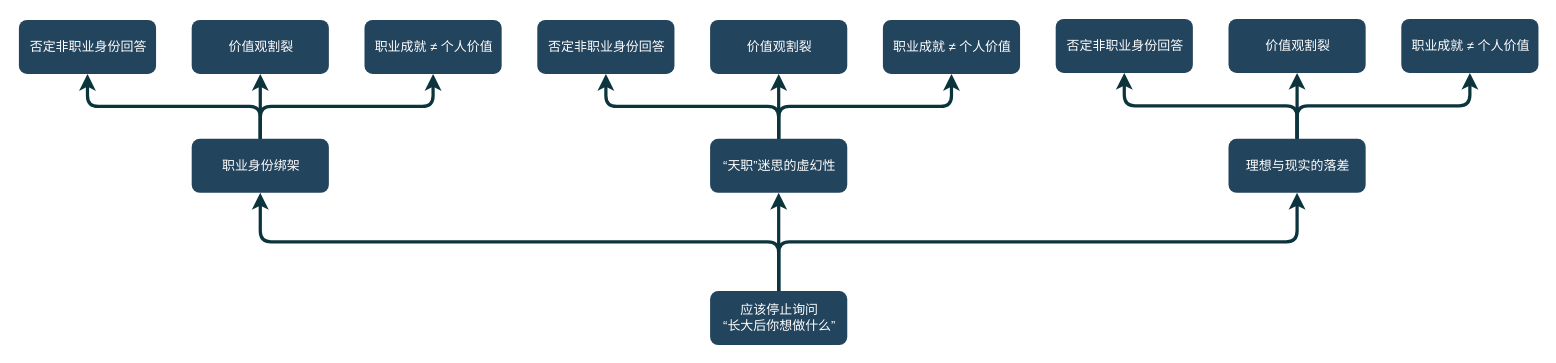
Earlier version of the draw.io diagram 批判性思维结课论文_论证结构图.drawio (zeandon/draw.io). Source tidied: cells renumbered, new cells numbered last; positions are measured from the earlier drawing's top-left corner, leaving out a move shared by most shapes. Both pictures are drawn from the tidied source at 108%, with x=0, y=0 at pixel (18, 18).
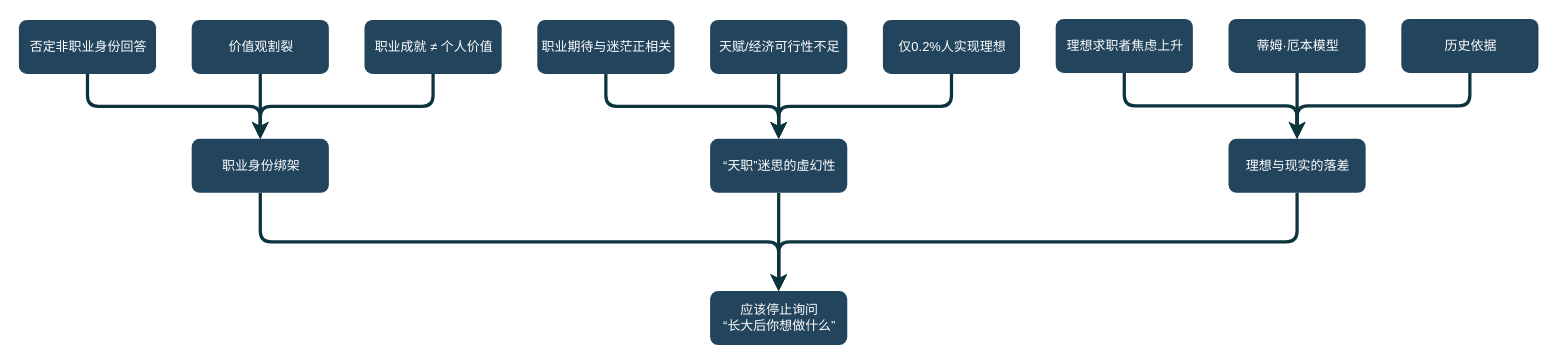
The same diagram, later.

Commit message (it also covers changes not shown here):
更新批判性思维结课论文_论证结构图.drawio

Unchanged cells that the change refers to:
```xml
<mxCell id="2" value="应该停止询问&lt;br&gt;“长大后你想做什么”" style="rounded=1;fillColor=#23445D;strokeColor=none;strokeWidth=2;fontFamily=Helvetica;html=1;gradientColor=none;fontColor=#FFFFFF;" parent="1" vertex="1">
  <mxGeometry x="640" y="252" width="127" height="50" as="geometry" />
</mxCell>
<mxCell id="3" value="职业身份绑架" style="rounded=1;fillColor=#23445D;strokeColor=none;strokeWidth=2;fontFamily=Helvetica;html=1;gradientColor=none;fontColor=#FFFFFF;" parent="1" vertex="1">
  <mxGeometry x="160" y="111" width="127" height="50" as="geometry" />
</mxCell>
<mxCell id="4" value="理想与现实的落差" style="rounded=1;fillColor=#23445D;strokeColor=none;strokeWidth=2;fontFamily=Helvetica;html=1;gradientColor=none;fontColor=#FFFFFF;" parent="1" vertex="1">
  <mxGeometry x="1120" y="111" width="127" height="50" as="geometry" />
</mxCell>
<mxCell id="6" value="“天职”迷思的虚幻性" style="rounded=1;fillColor=#23445D;strokeColor=none;strokeWidth=2;fontFamily=Helvetica;html=1;gradientColor=none;fontColor=#FFFFFF;" parent="1" vertex="1">
  <mxGeometry x="640" y="111" width="127" height="50" as="geometry" />
</mxCell>
<mxCell id="9" value="否定非职业身份回答" style="rounded=1;fillColor=#23445D;strokeColor=none;strokeWidth=2;fontFamily=Helvetica;html=1;gradientColor=none;fontColor=#FFFFFF;" parent="1" vertex="1">
  <mxGeometry y="1" width="127" height="50" as="geometry" />
</mxCell>
<mxCell id="10" value="职业成就 ≠ 个人价值" style="rounded=1;fillColor=#23445D;strokeColor=none;strokeWidth=2;fontFamily=Helvetica;html=1;gradientColor=none;fontColor=#FFFFFF;" parent="1" vertex="1">
  <mxGeometry x="320" y="1" width="127" height="50" as="geometry" />
</mxCell>
<mxCell id="11" value="价值观割裂" style="rounded=1;fillColor=#23445D;strokeColor=none;strokeWidth=2;fontFamily=Helvetica;html=1;gradientColor=none;fontColor=#FFFFFF;" parent="1" vertex="1">
  <mxGeometry x="160" y="1" width="127" height="50" as="geometry" />
</mxCell>
```

Diff of the diagram source:
```diff
@@
-    <mxCell id="5" style="edgeStyle=orthogonalEdgeStyle;rounded=1;jumpStyle=none;html=1;exitX=0.5;exitY=0;labelBackgroundColor=#ffffff;startArrow=none;startFill=0;endArrow=classic;jettySize=auto;strokeColor=#0C343D;strokeWidth=3;fontFamily=Helvetica;fontSize=11;fontColor=#000000;exitDx=0;exitDy=0;" parent="1" edge="1" source="2" target="6">
+    <mxCell id="5" style="edgeStyle=orthogonalEdgeStyle;rounded=1;jumpStyle=none;html=1;exitX=0.5;exitY=0;labelBackgroundColor=#ffffff;startArrow=classic;startFill=1;endArrow=none;jettySize=auto;strokeColor=#0C343D;strokeWidth=3;fontFamily=Helvetica;fontSize=11;fontColor=#000000;exitDx=0;exitDy=0;" parent="1" edge="1" source="2" target="6">
       <mxGeometry relative="1" as="geometry" />
     </mxCell>
@@
-    <mxCell id="7" style="edgeStyle=orthogonalEdgeStyle;rounded=1;jumpStyle=none;html=1;exitX=0.5;exitY=0;labelBackgroundColor=#ffffff;startArrow=none;startFill=0;endArrow=classic;jettySize=auto;strokeColor=#0C343D;strokeWidth=3;fontFamily=Helvetica;fontSize=11;fontColor=#000000;exitDx=0;exitDy=0;entryX=0.5;entryY=1;entryDx=0;entryDy=0;" parent="1" edge="1" source="2" target="3">
+    <mxCell id="7" style="edgeStyle=orthogonalEdgeStyle;rounded=1;jumpStyle=none;html=1;exitX=0.5;exitY=0;labelBackgroundColor=#ffffff;startArrow=classic;startFill=1;endArrow=none;jettySize=auto;strokeColor=#0C343D;strokeWidth=3;fontFamily=Helvetica;fontSize=11;fontColor=#000000;exitDx=0;exitDy=0;entryX=0.5;entryY=1;entryDx=0;entryDy=0;" parent="1" edge="1" source="2" target="3">
       <mxGeometry relative="1" as="geometry" />
     </mxCell>
-    <mxCell id="8" style="edgeStyle=orthogonalEdgeStyle;rounded=1;jumpStyle=none;html=1;exitX=0.5;exitY=0;labelBackgroundColor=#ffffff;startArrow=none;startFill=0;endArrow=classic;jettySize=auto;strokeColor=#0C343D;strokeWidth=3;fontFamily=Helvetica;fontSize=11;fontColor=#000000;exitDx=0;exitDy=0;entryX=0.5;entryY=1;entryDx=0;entryDy=0;" parent="1" edge="1" source="2" target="4">
+    <mxCell id="8" style="edgeStyle=orthogonalEdgeStyle;rounded=1;jumpStyle=none;html=1;exitX=0.5;exitY=0;labelBackgroundColor=#ffffff;startArrow=classic;startFill=1;endArrow=none;jettySize=auto;strokeColor=#0C343D;strokeWidth=3;fontFamily=Helvetica;fontSize=11;fontColor=#000000;exitDx=0;exitDy=0;entryX=0.5;entryY=1;entryDx=0;entryDy=0;" parent="1" edge="1" source="2" target="4">
       <mxGeometry relative="1" as="geometry" />
     </mxCell>
@@
-    <mxCell id="13" style="edgeStyle=orthogonalEdgeStyle;rounded=1;jumpStyle=none;html=1;exitX=0.5;exitY=0;labelBackgroundColor=#ffffff;startArrow=none;startFill=0;endArrow=classic;jettySize=auto;strokeColor=#0C343D;strokeWidth=3;fontFamily=Helvetica;fontSize=11;fontColor=#000000;exitDx=0;exitDy=0;entryX=0.5;entryY=1;entryDx=0;entryDy=0;" parent="1" edge="1" source="3" target="9">
+    <mxCell id="13" style="edgeStyle=orthogonalEdgeStyle;rounded=1;jumpStyle=none;html=1;exitX=0.5;exitY=0;labelBackgroundColor=#ffffff;startArrow=classic;startFill=1;endArrow=none;jettySize=auto;strokeColor=#0C343D;strokeWidth=3;fontFamily=Helvetica;fontSize=11;fontColor=#000000;exitDx=0;exitDy=0;entryX=0.5;entryY=1;entryDx=0;entryDy=0;" parent="1" edge="1" source="3" target="9">
       <mxGeometry relative="1" as="geometry" />
     </mxCell>
-    <mxCell id="14" style="edgeStyle=orthogonalEdgeStyle;rounded=1;jumpStyle=none;html=1;exitX=0.5;exitY=0;labelBackgroundColor=#ffffff;startArrow=none;startFill=0;endArrow=classic;jettySize=auto;strokeColor=#0C343D;strokeWidth=3;fontFamily=Helvetica;fontSize=11;fontColor=#000000;exitDx=0;exitDy=0;entryX=0.5;entryY=1;entryDx=0;entryDy=0;" parent="1" edge="1" source="3" target="11">
+    <mxCell id="14" style="edgeStyle=orthogonalEdgeStyle;rounded=1;jumpStyle=none;html=1;exitX=0.5;exitY=0;labelBackgroundColor=#ffffff;startArrow=classic;startFill=1;endArrow=none;jettySize=auto;strokeColor=#0C343D;strokeWidth=3;fontFamily=Helvetica;fontSize=11;fontColor=#000000;exitDx=0;exitDy=0;entryX=0.5;entryY=1;entryDx=0;entryDy=0;" parent="1" edge="1" source="3" target="11">
       <mxGeometry relative="1" as="geometry" />
     </mxCell>
-    <mxCell id="15" style="edgeStyle=orthogonalEdgeStyle;rounded=1;jumpStyle=none;html=1;exitX=0.5;exitY=0;labelBackgroundColor=#ffffff;startArrow=none;startFill=0;endArrow=classic;jettySize=auto;strokeColor=#0C343D;strokeWidth=3;fontFamily=Helvetica;fontSize=11;fontColor=#000000;exitDx=0;exitDy=0;entryX=0.5;entryY=1;entryDx=0;entryDy=0;" parent="1" edge="1" source="3" target="10">
+    <mxCell id="15" style="edgeStyle=orthogonalEdgeStyle;rounded=1;jumpStyle=none;html=1;exitX=0.5;exitY=0;labelBackgroundColor=#ffffff;startArrow=classic;startFill=1;endArrow=none;jettySize=auto;strokeColor=#0C343D;strokeWidth=3;fontFamily=Helvetica;fontSize=11;fontColor=#000000;exitDx=0;exitDy=0;entryX=0.5;entryY=1;entryDx=0;entryDy=0;" parent="1" edge="1" source="3" target="10">
       <mxGeometry relative="1" as="geometry" />
     </mxCell>
-    <mxCell id="16" value="否定非职业身份回答" style="rounded=1;fillColor=#23445D;strokeColor=none;strokeWidth=2;fontFamily=Helvetica;html=1;gradientColor=none;fontColor=#FFFFFF;" parent="1" vertex="1">
+    <mxCell id="16" value="职业期待与迷茫正相关" style="rounded=1;fillColor=#23445D;strokeColor=none;strokeWidth=2;fontFamily=Helvetica;html=1;gradientColor=none;fontColor=#FFFFFF;" parent="1" vertex="1">
       <mxGeometry x="480" y="1" width="127" height="50" as="geometry" />
     </mxCell>
-    <mxCell id="17" value="职业成就 ≠ 个人价值" style="rounded=1;fillColor=#23445D;strokeColor=none;strokeWidth=2;fontFamily=Helvetica;html=1;gradientColor=none;fontColor=#FFFFFF;" parent="1" vertex="1">
+    <mxCell id="17" value="仅0.2%人实现理想" style="rounded=1;fillColor=#23445D;strokeColor=none;strokeWidth=2;fontFamily=Helvetica;html=1;gradientColor=none;fontColor=#FFFFFF;" parent="1" vertex="1">
       <mxGeometry x="800" y="1" width="127" height="50" as="geometry" />
     </mxCell>
-    <mxCell id="18" value="价值观割裂" style="rounded=1;fillColor=#23445D;strokeColor=none;strokeWidth=2;fontFamily=Helvetica;html=1;gradientColor=none;fontColor=#FFFFFF;" parent="1" vertex="1">
+    <mxCell id="18" value="天赋/经济可行性不足" style="rounded=1;fillColor=#23445D;strokeColor=none;strokeWidth=2;fontFamily=Helvetica;html=1;gradientColor=none;fontColor=#FFFFFF;" parent="1" vertex="1">
       <mxGeometry x="640" y="1" width="127" height="50" as="geometry" />
     </mxCell>
@@
-    <mxCell id="20" value="否定非职业身份回答" style="rounded=1;fillColor=#23445D;strokeColor=none;strokeWidth=2;fontFamily=Helvetica;html=1;gradientColor=none;fontColor=#FFFFFF;" parent="1" vertex="1">
+    <mxCell id="20" value="理想求职者焦虑上升" style="rounded=1;fillColor=#23445D;strokeColor=none;strokeWidth=2;fontFamily=Helvetica;html=1;gradientColor=none;fontColor=#FFFFFF;" parent="1" vertex="1">
       <mxGeometry x="960" width="127" height="50" as="geometry" />
     </mxCell>
-    <mxCell id="21" value="职业成就 ≠ 个人价值" style="rounded=1;fillColor=#23445D;strokeColor=none;strokeWidth=2;fontFamily=Helvetica;html=1;gradientColor=none;fontColor=#FFFFFF;" parent="1" vertex="1">
+    <mxCell id="21" value="历史依据" style="rounded=1;fillColor=#23445D;strokeColor=none;strokeWidth=2;fontFamily=Helvetica;html=1;gradientColor=none;fontColor=#FFFFFF;" parent="1" vertex="1">
       <mxGeometry x="1280" width="127" height="50" as="geometry" />
     </mxCell>
-    <mxCell id="22" value="价值观割裂" style="rounded=1;fillColor=#23445D;strokeColor=none;strokeWidth=2;fontFamily=Helvetica;html=1;gradientColor=none;fontColor=#FFFFFF;" parent="1" vertex="1">
+    <mxCell id="22" value="蒂姆·厄本模型" style="rounded=1;fillColor=#23445D;strokeColor=none;strokeWidth=2;fontFamily=Helvetica;html=1;gradientColor=none;fontColor=#FFFFFF;" parent="1" vertex="1">
       <mxGeometry x="1120" width="127" height="50" as="geometry" />
     </mxCell>
@@
-    <mxCell id="24" style="edgeStyle=orthogonalEdgeStyle;rounded=1;jumpStyle=none;html=1;exitX=0.5;exitY=0;labelBackgroundColor=#ffffff;startArrow=none;startFill=0;endArrow=classic;jettySize=auto;strokeColor=#0C343D;strokeWidth=3;fontFamily=Helvetica;fontSize=11;fontColor=#000000;exitDx=0;exitDy=0;entryX=0.5;entryY=1;entryDx=0;entryDy=0;" parent="1" edge="1" source="6" target="17">
+    <mxCell id="24" style="edgeStyle=orthogonalEdgeStyle;rounded=1;jumpStyle=none;html=1;exitX=0.5;exitY=0;labelBackgroundColor=#ffffff;startArrow=classic;startFill=1;endArrow=none;jettySize=auto;strokeColor=#0C343D;strokeWidth=3;fontFamily=Helvetica;fontSize=11;fontColor=#000000;exitDx=0;exitDy=0;entryX=0.5;entryY=1;entryDx=0;entryDy=0;" parent="1" edge="1" source="6" target="17">
       <mxGeometry relative="1" as="geometry" />
     </mxCell>
-    <mxCell id="25" style="edgeStyle=orthogonalEdgeStyle;rounded=1;jumpStyle=none;html=1;exitX=0.5;exitY=0;labelBackgroundColor=#ffffff;startArrow=none;startFill=0;endArrow=classic;jettySize=auto;strokeColor=#0C343D;strokeWidth=3;fontFamily=Helvetica;fontSize=11;fontColor=#000000;exitDx=0;exitDy=0;entryX=0.5;entryY=1;entryDx=0;entryDy=0;" parent="1" edge="1" source="6" target="18">
+    <mxCell id="25" style="edgeStyle=orthogonalEdgeStyle;rounded=1;jumpStyle=none;html=1;exitX=0.5;exitY=0;labelBackgroundColor=#ffffff;startArrow=classic;startFill=1;endArrow=none;jettySize=auto;strokeColor=#0C343D;strokeWidth=3;fontFamily=Helvetica;fontSize=11;fontColor=#000000;exitDx=0;exitDy=0;entryX=0.5;entryY=1;entryDx=0;entryDy=0;" parent="1" edge="1" source="6" target="18">
       <mxGeometry relative="1" as="geometry" />
     </mxCell>
-    <mxCell id="26" style="edgeStyle=orthogonalEdgeStyle;rounded=1;jumpStyle=none;html=1;exitX=0.5;exitY=0;labelBackgroundColor=#ffffff;startArrow=none;startFill=0;endArrow=classic;jettySize=auto;strokeColor=#0C343D;strokeWidth=3;fontFamily=Helvetica;fontSize=11;fontColor=#000000;exitDx=0;exitDy=0;entryX=0.5;entryY=1;entryDx=0;entryDy=0;" parent="1" edge="1" source="6" target="16">
+    <mxCell id="26" style="edgeStyle=orthogonalEdgeStyle;rounded=1;jumpStyle=none;html=1;exitX=0.5;exitY=0;labelBackgroundColor=#ffffff;startArrow=classic;startFill=1;endArrow=none;jettySize=auto;strokeColor=#0C343D;strokeWidth=3;fontFamily=Helvetica;fontSize=11;fontColor=#000000;exitDx=0;exitDy=0;entryX=0.5;entryY=1;entryDx=0;entryDy=0;" parent="1" edge="1" source="6" target="16">
       <mxGeometry relative="1" as="geometry" />
     </mxCell>
-    <mxCell id="27" style="edgeStyle=orthogonalEdgeStyle;rounded=1;jumpStyle=none;html=1;exitX=0.5;exitY=0;labelBackgroundColor=#ffffff;startArrow=none;startFill=0;endArrow=classic;jettySize=auto;strokeColor=#0C343D;strokeWidth=3;fontFamily=Helvetica;fontSize=11;fontColor=#000000;exitDx=0;exitDy=0;entryX=0.5;entryY=1;entryDx=0;entryDy=0;" parent="1" edge="1" source="4" target="22">
+    <mxCell id="27" style="edgeStyle=orthogonalEdgeStyle;rounded=1;jumpStyle=none;html=1;exitX=0.5;exitY=0;labelBackgroundColor=#ffffff;startArrow=classic;startFill=1;endArrow=none;jettySize=auto;strokeColor=#0C343D;strokeWidth=3;fontFamily=Helvetica;fontSize=11;fontColor=#000000;exitDx=0;exitDy=0;entryX=0.5;entryY=1;entryDx=0;entryDy=0;" parent="1" edge="1" source="4" target="22">
       <mxGeometry relative="1" as="geometry" />
     </mxCell>
-    <mxCell id="28" style="edgeStyle=orthogonalEdgeStyle;rounded=1;jumpStyle=none;html=1;exitX=0.5;exitY=0;labelBackgroundColor=#ffffff;startArrow=none;startFill=0;endArrow=classic;jettySize=auto;strokeColor=#0C343D;strokeWidth=3;fontFamily=Helvetica;fontSize=11;fontColor=#000000;exitDx=0;exitDy=0;entryX=0.5;entryY=1;entryDx=0;entryDy=0;" parent="1" edge="1" source="4" target="20">
+    <mxCell id="28" style="edgeStyle=orthogonalEdgeStyle;rounded=1;jumpStyle=none;html=1;exitX=0.5;exitY=0;labelBackgroundColor=#ffffff;startArrow=classic;startFill=1;endArrow=none;jettySize=auto;strokeColor=#0C343D;strokeWidth=3;fontFamily=Helvetica;fontSize=11;fontColor=#000000;exitDx=0;exitDy=0;entryX=0.5;entryY=1;entryDx=0;entryDy=0;" parent="1" edge="1" source="4" target="20">
       <mxGeometry relative="1" as="geometry" />
     </mxCell>
-    <mxCell id="29" style="edgeStyle=orthogonalEdgeStyle;rounded=1;jumpStyle=none;html=1;exitX=0.5;exitY=0;labelBackgroundColor=#ffffff;startArrow=none;startFill=0;endArrow=classic;jettySize=auto;strokeColor=#0C343D;strokeWidth=3;fontFamily=Helvetica;fontSize=11;fontColor=#000000;exitDx=0;exitDy=0;entryX=0.5;entryY=1;entryDx=0;entryDy=0;" parent="1" edge="1" source="4" target="21">
+    <mxCell id="29" style="edgeStyle=orthogonalEdgeStyle;rounded=1;jumpStyle=none;html=1;exitX=0.5;exitY=0;labelBackgroundColor=#ffffff;startArrow=classic;startFill=1;endArrow=none;jettySize=auto;strokeColor=#0C343D;strokeWidth=3;fontFamily=Helvetica;fontSize=11;fontColor=#000000;exitDx=0;exitDy=0;entryX=0.5;entryY=1;entryDx=0;entryDy=0;" parent="1" edge="1" source="4" target="21">
       <mxGeometry relative="1" as="geometry" />
     </mxCell>
```
